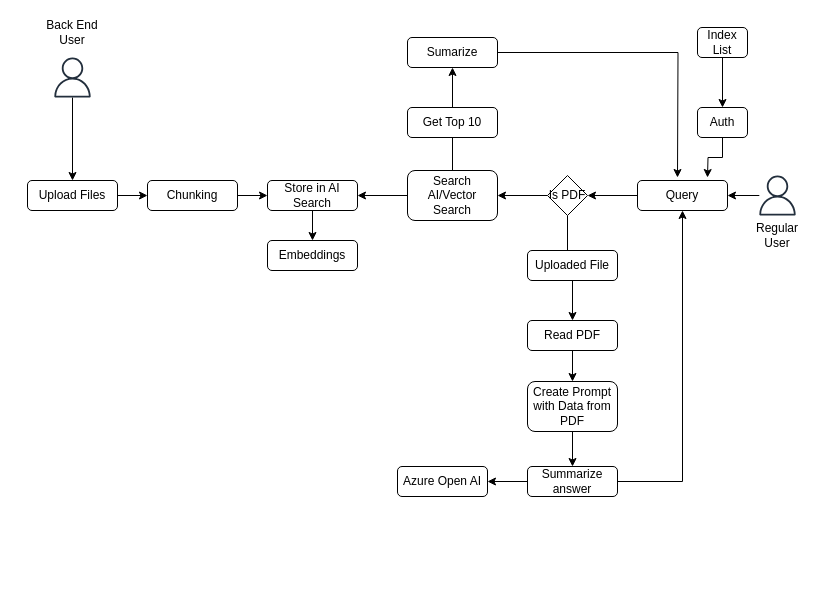
Earlier version of the draw.io diagram page "Flow" (3 of 5) of factassist.drawio (balakreshnan/FactoryLineAssistants). Source tidied: cells renumbered, new cells numbered last; positions are measured from the earlier drawing's top-left corner, leaving out a move shared by most shapes. Both pictures are drawn from the tidied source at 100%, with x=0, y=0 at pixel (27, 17).
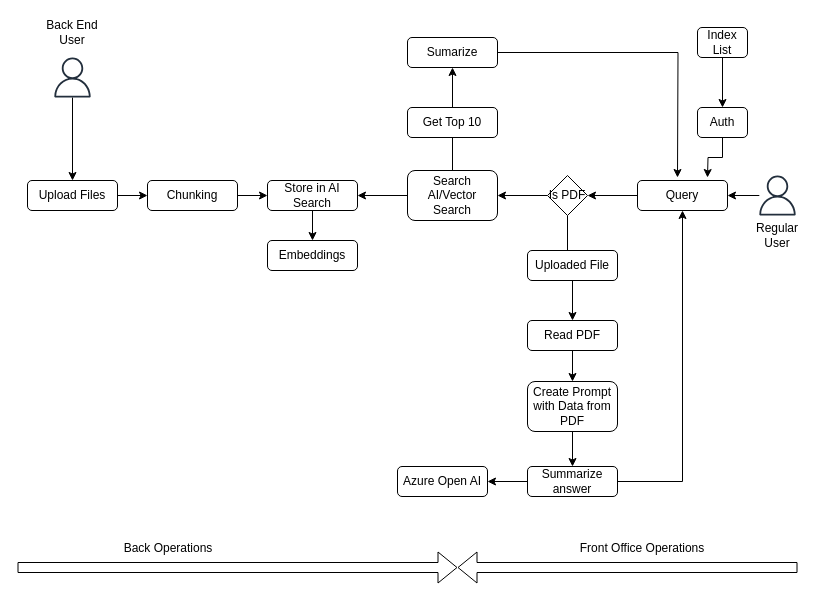
The same page after the edit.

Diff of the diagram source:
```diff
@@
+    <mxCell id="39" style="shape=flexArrow;endArrow=classic;html=1;rounded=0;" parent="1" edge="1">
+      <mxGeometry relative="1" as="geometry">
+        <mxPoint x="770" y="550" as="sourcePoint" />
+        <mxPoint x="430" y="550" as="targetPoint" />
+      </mxGeometry>
+    </mxCell>
+    <mxCell id="40" style="shape=flexArrow;endArrow=classic;html=1;rounded=0;" parent="1" edge="1">
+      <mxGeometry relative="1" as="geometry">
+        <mxPoint x="-10" y="550" as="sourcePoint" />
+        <mxPoint x="430" y="550" as="targetPoint" />
+      </mxGeometry>
+    </mxCell>
+    <mxCell id="41" value="Back Operations" style="text;html=1;align=center;verticalAlign=middle;whiteSpace=wrap;rounded=0;" parent="1" vertex="1">
+      <mxGeometry x="16" y="516" width="250" height="30" as="geometry" />
+    </mxCell>
+    <mxCell id="42" value="Front Office Operations" style="text;html=1;align=center;verticalAlign=middle;whiteSpace=wrap;rounded=0;" parent="1" vertex="1">
+      <mxGeometry x="490" y="516" width="250" height="30" as="geometry" />
+    </mxCell>
```
